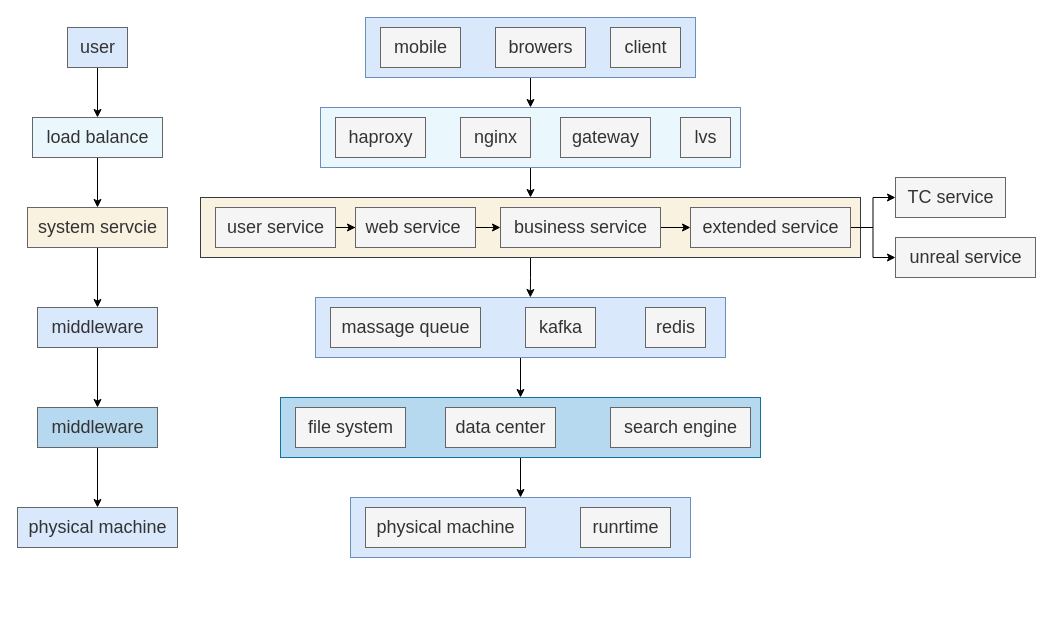
This is page "micro_arch" (1 of 3) of Untitled Diagram.drawio from ssider/draw, a draw.io file, before an edit. Source tidied: cells renumbered, new cells numbered last; positions are measured from the earlier drawing's top-left corner, leaving out a move shared by most shapes. Both pictures are drawn from the tidied source at 100%, with x=0, y=0 at pixel (17, 17).
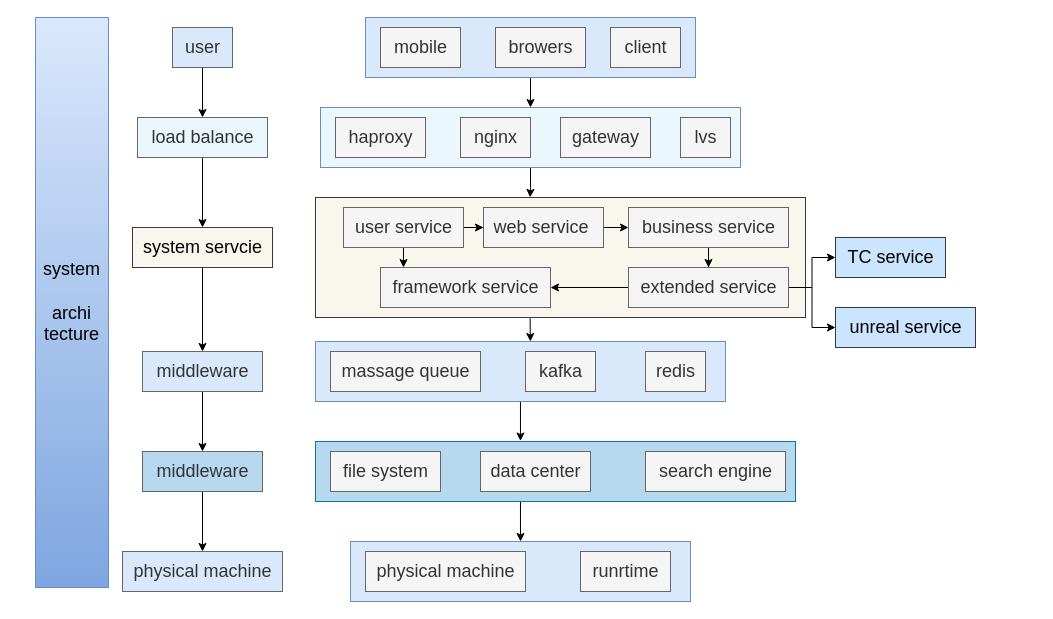
Above is the later version.

The change refers to these unchanged cells:
```xml
<mxCell id="10" style="rounded=0;whiteSpace=wrap;html=1;fontSize=18;fillColor=#EAF7FC;strokeColor=#6c8ebf;gradientColor=none;" parent="1" vertex="1">
  <mxGeometry x="303" y="90" width="420" height="60" as="geometry" />
</mxCell>
```

Change to the diagram source:
```diff
@@
     <mxCell id="2" style="rounded=0;whiteSpace=wrap;html=1;fontSize=18;fillColor=#dae8fc;strokeColor=#6c8ebf;" parent="1" vertex="1">
-      <mxGeometry x="333" y="480" width="340" height="60" as="geometry" />
+      <mxGeometry x="333" y="524" width="340" height="60" as="geometry" />
     </mxCell>
-    <mxCell id="3" style="edgeStyle=orthogonalEdgeStyle;rounded=0;jettySize=auto;html=1;entryX=0.5;entryY=0;entryDx=0;entryDy=0;fontSize=18;" parent="1" edge="1" source="4" target="2">
+    <mxCell id="3" style="edgeStyle=orthogonalEdgeStyle;rounded=0;jettySize=auto;html=1;entryX=0.5;entryY=0;entryDx=0;entryDy=0;fontSize=18;exitX=0.427;exitY=0.996;exitDx=0;exitDy=0;exitPerimeter=0;" parent="1" edge="1" source="4" target="2">
       <mxGeometry relative="1" as="geometry" />
     </mxCell>
     <mxCell id="4" style="rounded=0;whiteSpace=wrap;html=1;fontSize=18;fillColor=#B6D9F0;strokeColor=#10739e;" parent="1" vertex="1">
-      <mxGeometry x="263" y="380" width="480" height="60" as="geometry" />
+      <mxGeometry x="298" y="424" width="480" height="60" as="geometry" />
     </mxCell>
-    <mxCell id="5" style="edgeStyle=orthogonalEdgeStyle;rounded=0;jettySize=auto;html=1;entryX=0.5;entryY=0;entryDx=0;entryDy=0;fontSize=18;" parent="1" edge="1" source="6" target="4">
+    <mxCell id="5" style="edgeStyle=orthogonalEdgeStyle;rounded=0;jettySize=auto;html=1;entryX=0.427;entryY=-0.008;entryDx=0;entryDy=0;fontSize=18;entryPerimeter=0;" parent="1" edge="1" source="6" target="4">
       <mxGeometry relative="1" as="geometry" />
     </mxCell>
     <mxCell id="6" style="rounded=0;whiteSpace=wrap;html=1;fontSize=18;fillColor=#dae8fc;strokeColor=#6c8ebf;" parent="1" vertex="1">
-      <mxGeometry x="298" y="280" width="410" height="60" as="geometry" />
+      <mxGeometry x="298" y="324" width="410" height="60" as="geometry" />
     </mxCell>
-    <mxCell id="7" style="edgeStyle=orthogonalEdgeStyle;rounded=0;jettySize=auto;html=1;entryX=0.524;entryY=0;entryDx=0;entryDy=0;entryPerimeter=0;fontSize=18;" parent="1" edge="1" source="8" target="6">
+    <mxCell id="7" style="edgeStyle=orthogonalEdgeStyle;rounded=0;jettySize=auto;html=1;entryX=0.524;entryY=0;entryDx=0;entryDy=0;entryPerimeter=0;fontSize=18;exitX=0.438;exitY=1.006;exitDx=0;exitDy=0;exitPerimeter=0;" parent="1" edge="1" source="8" target="6">
       <mxGeometry relative="1" as="geometry" />
     </mxCell>
-    <mxCell id="8" style="rounded=0;whiteSpace=wrap;html=1;fontSize=18;fillColor=#F9F2E0;strokeColor=#36393d;" parent="1" vertex="1">
-      <mxGeometry x="183" y="180" width="660" height="60" as="geometry" />
+    <mxCell id="8" style="rounded=0;whiteSpace=wrap;html=1;fontSize=18;fillColor=#f9f7ed;strokeColor=#36393d;" parent="1" vertex="1">
+      <mxGeometry x="298" y="180" width="490" height="120" as="geometry" />
     </mxCell>
-    <mxCell id="9" style="edgeStyle=orthogonalEdgeStyle;rounded=0;jettySize=auto;html=1;fontSize=18;entryX=0.5;entryY=0;entryDx=0;entryDy=0;" parent="1" edge="1" source="10" target="8">
+    <mxCell id="9" style="edgeStyle=orthogonalEdgeStyle;rounded=0;jettySize=auto;html=1;fontSize=18;entryX=0.438;entryY=-0.001;entryDx=0;entryDy=0;entryPerimeter=0;" parent="1" edge="1" source="10" target="8">
       <mxGeometry relative="1" as="geometry" />
     </mxCell>
@@
     <mxCell id="16" value="&lt;span style=&quot;font-size: 18px;&quot;&gt;load balance&lt;/span&gt;" style="text;html=1;align=center;verticalAlign=middle;points=[];rounded=0;fillColor=#EAF7FC;strokeColor=#666666;fontColor=#333333;" parent="1" vertex="1">
-      <mxGeometry x="15" y="100" width="130" height="40" as="geometry" />
+      <mxGeometry x="120" y="100" width="130" height="40" as="geometry" />
     </mxCell>
@@
     <mxCell id="18" value="&lt;span style=&quot;font-size: 18px;&quot;&gt;user&lt;/span&gt;" style="text;html=1;align=center;verticalAlign=middle;points=[];rounded=0;fillColor=#DAE8FC;strokeColor=#666666;fontColor=#333333;" parent="1" vertex="1">
-      <mxGeometry x="50" y="10" width="60" height="40" as="geometry" />
+      <mxGeometry x="155" y="10" width="60" height="40" as="geometry" />
     </mxCell>
@@
+    <mxCell id="50" style="edgeStyle=orthogonalEdgeStyle;rounded=0;jettySize=auto;html=1;entryX=0.131;entryY=-0.01;entryDx=0;entryDy=0;entryPerimeter=0;fontSize=18;startArrow=none;startFill=0;endArrow=classic;endFill=1;strokeWidth=1;fillColor=none;" parent="1" edge="1" source="23" target="52">
+      <mxGeometry relative="1" as="geometry" />
+    </mxCell>
     <mxCell id="23" value="&lt;span style=&quot;font-size: 18px;&quot;&gt;user service&lt;/span&gt;" style="text;html=1;align=center;verticalAlign=middle;points=[];rounded=0;fillColor=#f5f5f5;strokeColor=#666666;fontColor=#333333;" parent="1" vertex="1">
-      <mxGeometry x="198" y="190" width="120" height="40" as="geometry" />
+      <mxGeometry x="326" y="190" width="120" height="40" as="geometry" />
     </mxCell>
@@
     <mxCell id="26" value="&lt;span style=&quot;font-size: 18px;&quot;&gt;web service&amp;nbsp;&lt;/span&gt;" style="text;html=1;align=center;verticalAlign=middle;points=[];rounded=0;fillColor=#f5f5f5;strokeColor=#666666;fontColor=#333333;" parent="1" vertex="1">
-      <mxGeometry x="338" y="190" width="120" height="40" as="geometry" />
+      <mxGeometry x="466" y="190" width="120" height="40" as="geometry" />
     </mxCell>
@@
     <mxCell id="28" value="&lt;span style=&quot;font-size: 18px;&quot;&gt;business service&lt;/span&gt;" style="text;html=1;align=center;verticalAlign=middle;points=[];rounded=0;fillColor=#f5f5f5;strokeColor=#666666;fontColor=#333333;" parent="1" vertex="1">
-      <mxGeometry x="483" y="190" width="160" height="40" as="geometry" />
+      <mxGeometry x="611" y="190" width="160" height="40" as="geometry" />
     </mxCell>
@@
+    <mxCell id="51" style="edgeStyle=orthogonalEdgeStyle;rounded=0;jettySize=auto;html=1;fontSize=18;startArrow=none;startFill=0;endArrow=classic;endFill=1;strokeWidth=1;fillColor=none;" parent="1" edge="1" source="31" target="52">
+      <mxGeometry relative="1" as="geometry" />
+    </mxCell>
     <mxCell id="31" value="&lt;span style=&quot;font-size: 18px;&quot;&gt;extended service&lt;/span&gt;" style="text;html=1;align=center;verticalAlign=middle;points=[];rounded=0;fillColor=#f5f5f5;strokeColor=#666666;fontColor=#333333;" parent="1" vertex="1">
-      <mxGeometry x="673" y="190" width="160" height="40" as="geometry" />
+      <mxGeometry x="611" y="250" width="160" height="40" as="geometry" />
     </mxCell>
@@
     <mxCell id="33" value="&lt;span style=&quot;font-size: 18px;&quot;&gt;middleware&lt;/span&gt;" style="text;html=1;align=center;verticalAlign=middle;points=[];rounded=0;fillColor=#DAE8FC;strokeColor=#666666;fontColor=#333333;" parent="1" vertex="1">
-      <mxGeometry x="20" y="290" width="120" height="40" as="geometry" />
+      <mxGeometry x="125" y="334" width="120" height="40" as="geometry" />
     </mxCell>
     <mxCell id="34" value="&lt;span style=&quot;font-size: 18px;&quot;&gt;massage queue&lt;/span&gt;" style="text;html=1;align=center;verticalAlign=middle;rounded=0;fillColor=#f5f5f5;strokeColor=#666666;fontColor=#333333;" parent="1" vertex="1">
-      <mxGeometry x="313" y="290" width="150" height="40" as="geometry" />
+      <mxGeometry x="313" y="334" width="150" height="40" as="geometry" />
     </mxCell>
     <mxCell id="35" value="&lt;span style=&quot;font-size: 18px;&quot;&gt;kafka&lt;/span&gt;" style="text;html=1;align=center;verticalAlign=middle;rounded=0;fillColor=#f5f5f5;strokeColor=#666666;fontColor=#333333;" parent="1" vertex="1">
-      <mxGeometry x="508" y="290" width="70" height="40" as="geometry" />
+      <mxGeometry x="508" y="334" width="70" height="40" as="geometry" />
     </mxCell>
     <mxCell id="36" value="&lt;span style=&quot;font-size: 18px;&quot;&gt;file system&lt;/span&gt;" style="text;html=1;align=center;verticalAlign=middle;rounded=0;fillColor=#f5f5f5;strokeColor=#666666;fontColor=#333333;" parent="1" vertex="1">
-      <mxGeometry x="278" y="390" width="110" height="40" as="geometry" />
+      <mxGeometry x="313" y="434" width="110" height="40" as="geometry" />
     </mxCell>
     <mxCell id="37" value="&lt;span style=&quot;font-size: 18px;&quot;&gt;data center&lt;/span&gt;" style="text;html=1;align=center;verticalAlign=middle;rounded=0;fillColor=#f5f5f5;strokeColor=#666666;fontColor=#333333;" parent="1" vertex="1">
-      <mxGeometry x="428" y="390" width="110" height="40" as="geometry" />
+      <mxGeometry x="463" y="434" width="110" height="40" as="geometry" />
     </mxCell>
     <mxCell id="38" value="&lt;span style=&quot;font-size: 18px;&quot;&gt;search engine&lt;/span&gt;" style="text;html=1;align=center;verticalAlign=middle;rounded=0;fillColor=#f5f5f5;strokeColor=#666666;fontColor=#333333;" parent="1" vertex="1">
-      <mxGeometry x="593" y="390" width="140" height="40" as="geometry" />
+      <mxGeometry x="628" y="434" width="140" height="40" as="geometry" />
     </mxCell>
     <mxCell id="39" value="&lt;span style=&quot;font-size: 18px;&quot;&gt;redis&lt;/span&gt;" style="text;html=1;align=center;verticalAlign=middle;rounded=0;fillColor=#f5f5f5;strokeColor=#666666;fontColor=#333333;" parent="1" vertex="1">
-      <mxGeometry x="628" y="290" width="60" height="40" as="geometry" />
+      <mxGeometry x="628" y="334" width="60" height="40" as="geometry" />
     </mxCell>
@@
     <mxCell id="41" value="&lt;span style=&quot;font-size: 18px;&quot;&gt;middleware&lt;/span&gt;" style="text;html=1;align=center;verticalAlign=middle;points=[];rounded=0;fillColor=#B6D9F0;strokeColor=#666666;fontColor=#333333;" parent="1" vertex="1">
-      <mxGeometry x="20" y="390" width="120" height="40" as="geometry" />
+      <mxGeometry x="125" y="434" width="120" height="40" as="geometry" />
     </mxCell>
     <mxCell id="42" value="&lt;span style=&quot;font-size: 18px;&quot;&gt;physical machine&lt;/span&gt;" style="text;html=1;align=center;verticalAlign=middle;rounded=0;fillColor=#f5f5f5;strokeColor=#666666;fontColor=#333333;" parent="1" vertex="1">
-      <mxGeometry x="348" y="490" width="160" height="40" as="geometry" />
+      <mxGeometry x="348" y="534" width="160" height="40" as="geometry" />
     </mxCell>
     <mxCell id="43" value="&lt;span style=&quot;font-size: 18px;&quot;&gt;runrtime&lt;/span&gt;" style="text;html=1;align=center;verticalAlign=middle;rounded=0;fillColor=#f5f5f5;strokeColor=#666666;fontColor=#333333;" parent="1" vertex="1">
-      <mxGeometry x="563" y="490" width="90" height="40" as="geometry" />
+      <mxGeometry x="563" y="534" width="90" height="40" as="geometry" />
     </mxCell>
@@
-    <mxCell id="45" value="&lt;span style=&quot;font-size: 18px;&quot;&gt;system servcie&lt;/span&gt;" style="text;html=1;align=center;verticalAlign=middle;points=[];rounded=0;fillColor=#F9F2E0;strokeColor=#666666;fontColor=#333333;" parent="1" vertex="1">
-      <mxGeometry x="10" y="190" width="140" height="40" as="geometry" />
+    <mxCell id="45" value="&lt;span style=&quot;font-size: 18px;&quot;&gt;system servcie&lt;/span&gt;" style="text;html=1;align=center;verticalAlign=middle;points=[];rounded=0;fillColor=#f9f7ed;strokeColor=#36393d;" parent="1" vertex="1">
+      <mxGeometry x="115" y="210" width="140" height="40" as="geometry" />
     </mxCell>
     <mxCell id="46" value="&lt;span style=&quot;font-size: 18px;&quot;&gt;physical machine&lt;/span&gt;" style="text;html=1;align=center;verticalAlign=middle;points=[];rounded=0;fillColor=#DAE8FC;strokeColor=#666666;fontColor=#333333;" parent="1" vertex="1">
-      <mxGeometry y="490" width="160" height="40" as="geometry" />
+      <mxGeometry x="105" y="534" width="160" height="40" as="geometry" />
     </mxCell>
@@
-    <mxCell id="48" value="&lt;span style=&quot;font-size: 18px;&quot;&gt;TC service&lt;/span&gt;" style="text;html=1;align=center;verticalAlign=middle;points=[];rounded=0;fillColor=#f5f5f5;strokeColor=#666666;fontColor=#333333;" parent="1" vertex="1">
-      <mxGeometry x="878" y="160" width="110" height="40" as="geometry" />
+    <mxCell id="48" value="&lt;span style=&quot;font-size: 18px;&quot;&gt;TC service&lt;/span&gt;" style="text;html=1;align=center;verticalAlign=middle;points=[];rounded=0;fillColor=#cce5ff;strokeColor=#36393d;" parent="1" vertex="1">
+      <mxGeometry x="818" y="220" width="110" height="40" as="geometry" />
     </mxCell>
-    <mxCell id="49" value="&lt;span style=&quot;font-size: 18px;&quot;&gt;unreal service&lt;/span&gt;" style="text;html=1;align=center;verticalAlign=middle;points=[];rounded=0;fillColor=#f5f5f5;strokeColor=#666666;fontColor=#333333;" parent="1" vertex="1">
-      <mxGeometry x="878" y="220" width="140" height="40" as="geometry" />
+    <mxCell id="49" value="&lt;span style=&quot;font-size: 18px;&quot;&gt;unreal service&lt;/span&gt;" style="text;html=1;align=center;verticalAlign=middle;points=[];rounded=0;fillColor=#cce5ff;strokeColor=#36393d;" parent="1" vertex="1">
+      <mxGeometry x="818" y="290" width="140" height="40" as="geometry" />
     </mxCell>
+    <mxCell id="52" value="&lt;span style=&quot;font-size: 18px;&quot;&gt;framework service&lt;/span&gt;" style="text;html=1;align=center;verticalAlign=middle;points=[];rounded=0;fillColor=#f5f5f5;strokeColor=#666666;fontColor=#333333;" parent="1" vertex="1">
+      <mxGeometry x="363" y="250" width="170" height="40" as="geometry" />
+    </mxCell>
+    <mxCell id="53" value="system&lt;br&gt;&lt;br&gt;archi&lt;br&gt;tecture" style="rounded=0;whiteSpace=wrap;html=1;fontSize=18;fillColor=#dae8fc;gradientColor=#7ea6e0;strokeColor=#6c8ebf;" parent="1" vertex="1">
+      <mxGeometry x="18" width="73" height="570" as="geometry" />
+    </mxCell>
```
